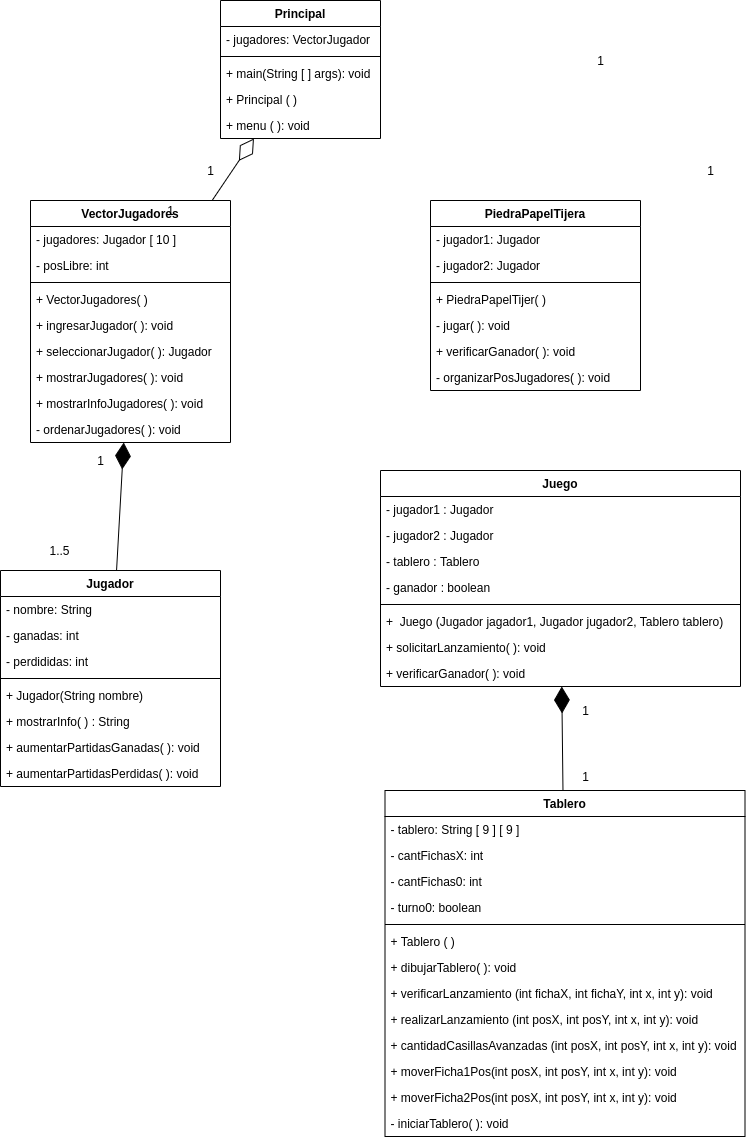
Earlier version of the draw.io export Damas.png (Pabloluis10/Damas). Source tidied: cells renumbered, new cells last; positions are measured from the earlier drawing's top-left corner, leaving out a move shared by most shapes.
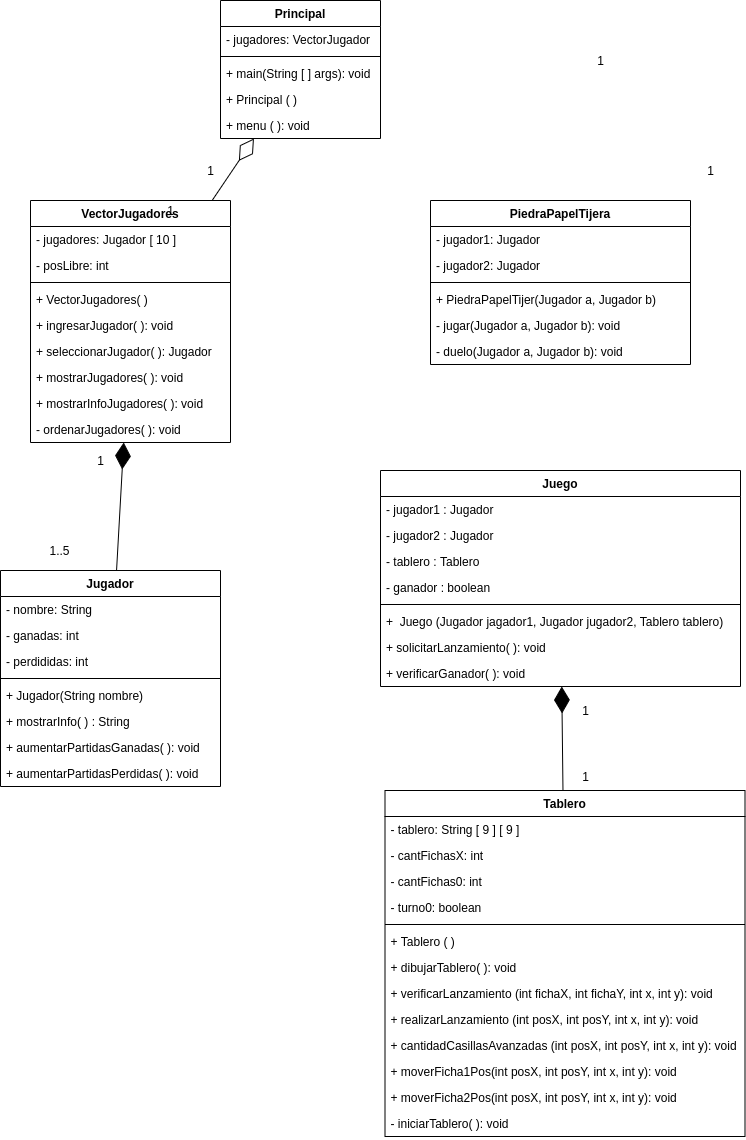
Later version of the same file.

Commit message:
Agregue jugar() 7 duelo() en PiedraPapelTijera.java

The edit, as a diff of the source:
```diff
@@ -180,28 +180,25 @@
       <mxGeometry x="160" y="200" width="20" height="20" as="geometry" />
     </mxCell>
     <mxCell id="61" value="PiedraPapelTijera" style="swimlane;fontStyle=1;align=center;verticalAlign=top;horizontal=1;startSize=26;" parent="1" vertex="1">
-      <mxGeometry x="430" y="200" width="210" height="190" as="geometry" />
+      <mxGeometry x="430" y="200" width="260" height="164" as="geometry" />
     </mxCell>
     <mxCell id="62" value="- jugador1: Jugador" style="text;strokeColor=none;fillColor=none;align=left;verticalAlign=top;spacingLeft=4;spacingRight=4;overflow=hidden;" parent="61" vertex="1">
-      <mxGeometry y="26" width="210" height="26" as="geometry" />
+      <mxGeometry y="26" width="260" height="26" as="geometry" />
     </mxCell>
     <mxCell id="63" value="- jugador2: Jugador" style="text;strokeColor=none;fillColor=none;align=left;verticalAlign=top;spacingLeft=4;spacingRight=4;overflow=hidden;" parent="61" vertex="1">
-      <mxGeometry y="52" width="210" height="26" as="geometry" />
+      <mxGeometry y="52" width="260" height="26" as="geometry" />
     </mxCell>
     <mxCell id="64" style="line;strokeWidth=1;fillColor=none;align=left;verticalAlign=middle;spacingTop=-1;spacingLeft=3;spacingRight=3;labelPosition=right;" parent="61" vertex="1">
-      <mxGeometry y="78" width="210" height="8" as="geometry" />
+      <mxGeometry y="78" width="260" height="8" as="geometry" />
     </mxCell>
-    <mxCell id="65" value="+ PiedraPapelTijer( )" style="text;strokeColor=none;fillColor=none;align=left;verticalAlign=top;spacingLeft=4;spacingRight=4;overflow=hidden;" parent="61" vertex="1">
-      <mxGeometry y="86" width="210" height="26" as="geometry" />
+    <mxCell id="65" value="+ PiedraPapelTijer(Jugador a, Jugador b)" style="text;strokeColor=none;fillColor=none;align=left;verticalAlign=top;spacingLeft=4;spacingRight=4;overflow=hidden;" parent="61" vertex="1">
+      <mxGeometry y="86" width="260" height="26" as="geometry" />
     </mxCell>
-    <mxCell id="66" value="- jugar( ): void" style="text;strokeColor=none;fillColor=none;align=left;verticalAlign=top;spacingLeft=4;spacingRight=4;overflow=hidden;" parent="61" vertex="1">
-      <mxGeometry y="112" width="210" height="26" as="geometry" />
+    <mxCell id="66" value="- jugar(Jugador a, Jugador b): void" style="text;strokeColor=none;fillColor=none;align=left;verticalAlign=top;spacingLeft=4;spacingRight=4;overflow=hidden;" parent="61" vertex="1">
+      <mxGeometry y="112" width="260" height="26" as="geometry" />
     </mxCell>
-    <mxCell id="67" value="+ verificarGanador( ): void " style="text;strokeColor=none;fillColor=none;align=left;verticalAlign=top;spacingLeft=4;spacingRight=4;overflow=hidden;" parent="61" vertex="1">
-      <mxGeometry y="138" width="210" height="26" as="geometry" />
+    <mxCell id="67" value="- duelo(Jugador a, Jugador b): void " style="text;strokeColor=none;fillColor=none;align=left;verticalAlign=top;spacingLeft=4;spacingRight=4;overflow=hidden;" parent="61" vertex="1">
+      <mxGeometry y="138" width="260" height="26" as="geometry" />
     </mxCell>
-    <mxCell id="68" value="- organizarPosJugadores( ): void" style="text;strokeColor=none;fillColor=none;align=left;verticalAlign=top;spacingLeft=4;spacingRight=4;overflow=hidden;" parent="61" vertex="1">
-      <mxGeometry y="164" width="210" height="26" as="geometry" />
-    </mxCell>
   </root>
 </mxGraphModel>
```
